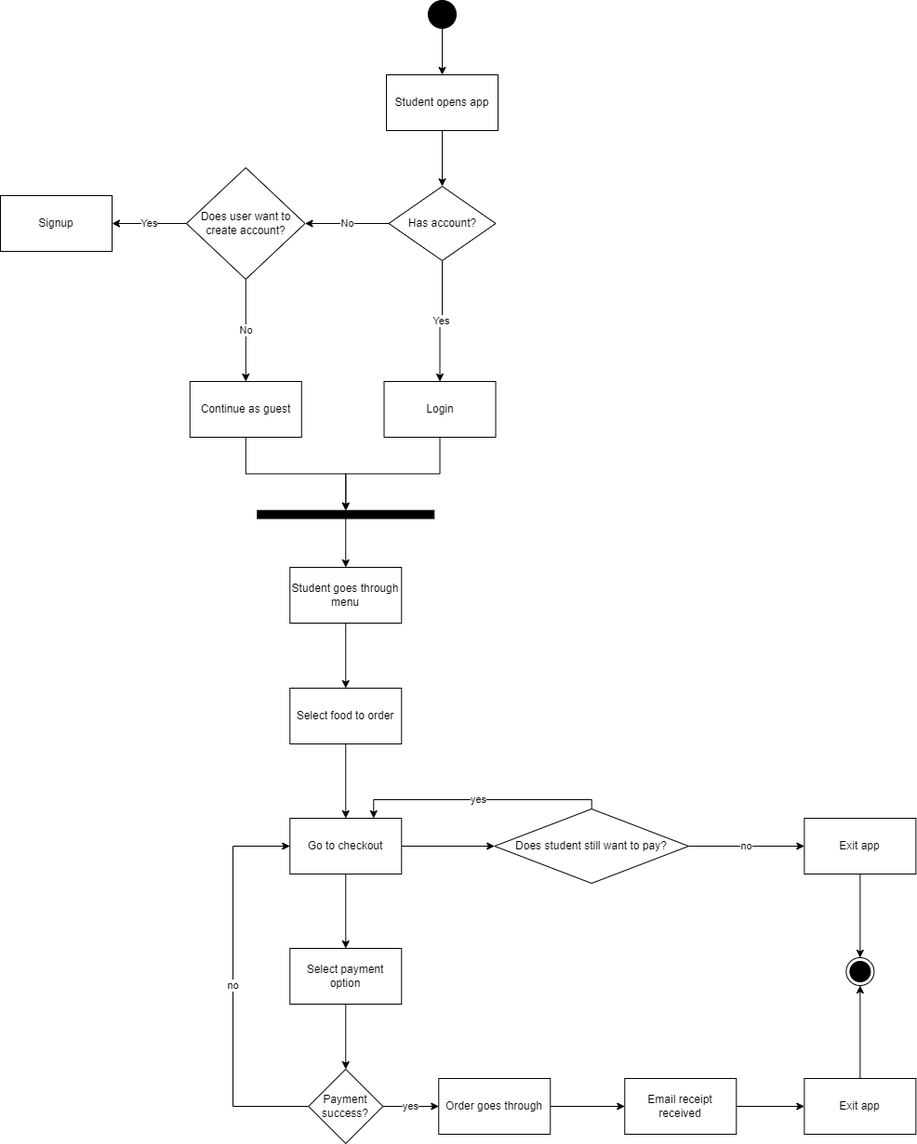
This is models/activity_diagram1.drawio.png from ace-lectures/atco-eats, a draw.io export, as it was before one commit. Source tidied: cells renumbered, new cells last; positions are measured from the earlier drawing's top-left corner, leaving out a move shared by most shapes.
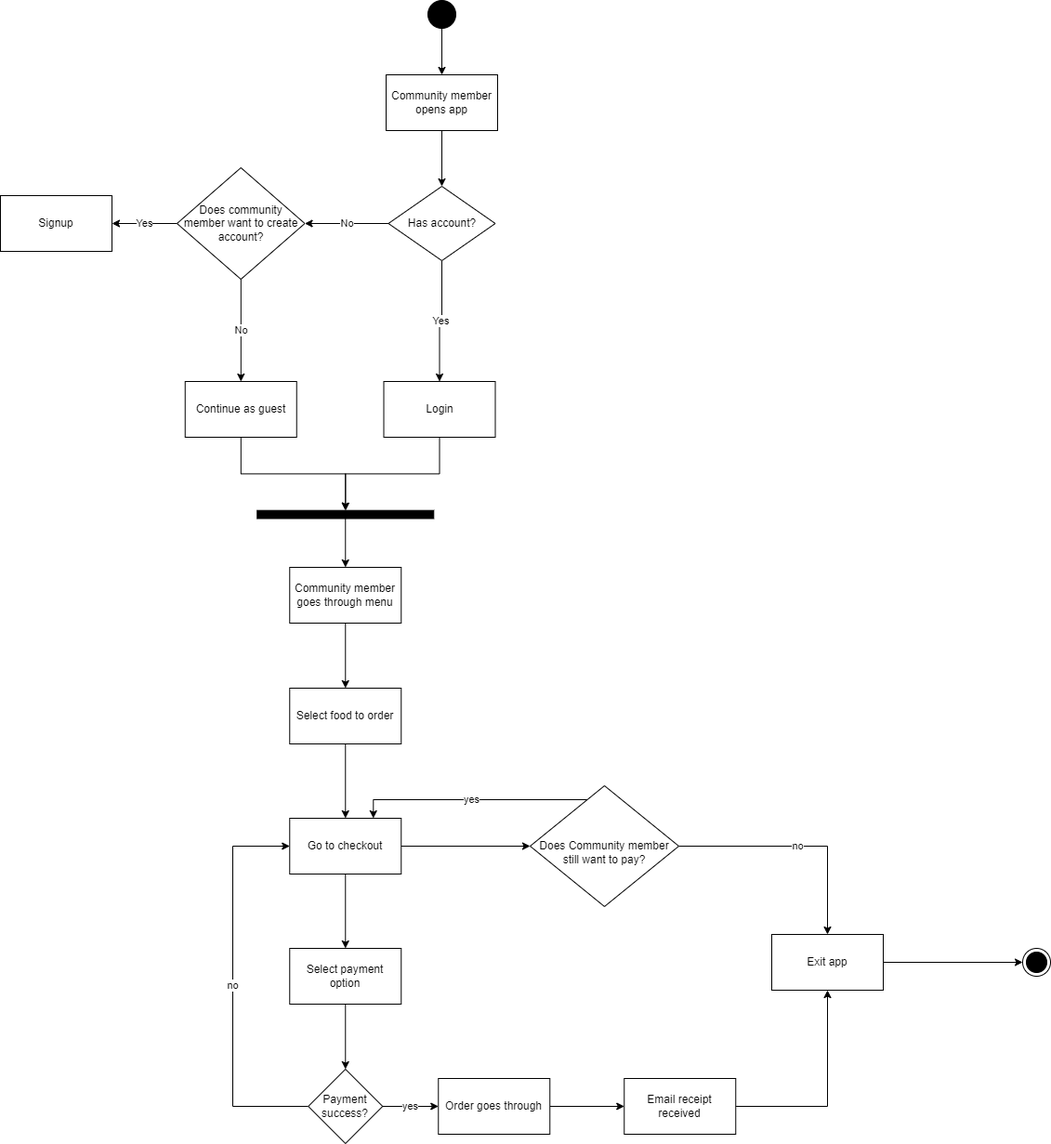
After the change.

Commit message:
Updated activity diagram 1 to reflect updates to usage scenario 1

Change to the diagram source:
```diff
@@ -11,7 +11,7 @@
     <mxCell id="4" style="edgeStyle=orthogonalEdgeStyle;rounded=0;jettySize=auto;html=1;" parent="1" edge="1" source="5" target="8">
       <mxGeometry relative="1" as="geometry" />
     </mxCell>
-    <mxCell id="5" value="Student opens app" style="rounded=0;whiteSpace=wrap;html=1;" parent="1" vertex="1">
+    <mxCell id="5" value="Community member opens app" style="rounded=0;whiteSpace=wrap;html=1;" parent="1" vertex="1">
       <mxGeometry x="415" y="80" width="120" height="60" as="geometry" />
     </mxCell>
     <mxCell id="6" value="Yes" style="edgeStyle=orthogonalEdgeStyle;rounded=0;jettySize=auto;html=1;" parent="1" edge="1" source="8" target="10">
@@ -35,8 +35,8 @@
     <mxCell id="12" value="No" style="edgeStyle=orthogonalEdgeStyle;rounded=0;jettySize=auto;html=1;" parent="1" edge="1" source="13" target="16">
       <mxGeometry relative="1" as="geometry" />
     </mxCell>
-    <mxCell id="13" value="Does user want to create account?" style="rhombus;whiteSpace=wrap;html=1;" parent="1" vertex="1">
-      <mxGeometry x="200" y="180" width="127.5" height="120" as="geometry" />
+    <mxCell id="13" value="Does community member want to create account?" style="rhombus;whiteSpace=wrap;html=1;" parent="1" vertex="1">
+      <mxGeometry x="190" y="180" width="137.5" height="120" as="geometry" />
     </mxCell>
     <mxCell id="14" value="Signup" style="whiteSpace=wrap;html=1;" parent="1" vertex="1">
       <mxGeometry y="210" width="120" height="60" as="geometry" />
@@ -45,7 +45,7 @@
       <mxGeometry relative="1" as="geometry" />
     </mxCell>
     <mxCell id="16" value="Continue as guest" style="whiteSpace=wrap;html=1;" parent="1" vertex="1">
-      <mxGeometry x="203.8" y="410" width="120" height="60" as="geometry" />
+      <mxGeometry x="198.8" y="410" width="120" height="60" as="geometry" />
     </mxCell>
     <mxCell id="17" style="edgeStyle=orthogonalEdgeStyle;rounded=0;jettySize=auto;html=1;" parent="1" edge="1" source="18" target="20">
       <mxGeometry relative="1" as="geometry" />
@@ -56,7 +56,7 @@
     <mxCell id="19" style="edgeStyle=orthogonalEdgeStyle;rounded=0;jettySize=auto;html=1;" parent="1" edge="1" source="20" target="22">
       <mxGeometry relative="1" as="geometry" />
     </mxCell>
-    <mxCell id="20" value="Student goes through menu" style="rounded=0;whiteSpace=wrap;html=1;" parent="1" vertex="1">
+    <mxCell id="20" value="Community member goes through menu" style="rounded=0;whiteSpace=wrap;html=1;" parent="1" vertex="1">
       <mxGeometry x="311.3" y="610" width="120" height="60" as="geometry" />
     </mxCell>
     <mxCell id="21" style="edgeStyle=orthogonalEdgeStyle;rounded=0;jettySize=auto;html=1;" parent="1" edge="1" source="22" target="25">
@@ -114,26 +114,20 @@
         </Array>
       </mxGeometry>
     </mxCell>
-    <mxCell id="36" value="no" style="edgeStyle=orthogonalEdgeStyle;rounded=0;jettySize=auto;html=1;" parent="1" edge="1" source="37" target="40">
+    <mxCell id="36" value="no" style="edgeStyle=orthogonalEdgeStyle;rounded=0;jettySize=auto;html=1;" parent="1" edge="1" source="37" target="42">
       <mxGeometry relative="1" as="geometry" />
     </mxCell>
-    <mxCell id="37" value="Does student still want to pay?" style="rhombus;whiteSpace=wrap;html=1;rounded=0;" parent="1" vertex="1">
-      <mxGeometry x="531.3" y="870" width="208.7" height="80" as="geometry" />
+    <mxCell id="37" value="&lt;br&gt;Does Community member still want to pay?" style="rhombus;whiteSpace=wrap;html=1;rounded=0;" parent="1" vertex="1">
+      <mxGeometry x="570" y="845" width="160" height="130" as="geometry" />
     </mxCell>
     <mxCell id="38" style="ellipse;html=1;shape=endState;fillColor=strokeColor;" parent="1" vertex="1">
-      <mxGeometry x="909.4" y="1030" width="30" height="30" as="geometry" />
+      <mxGeometry x="1100" y="1020" width="30" height="30" as="geometry" />
     </mxCell>
-    <mxCell id="39" style="edgeStyle=orthogonalEdgeStyle;rounded=0;jettySize=auto;html=1;" parent="1" edge="1" source="40" target="38">
-      <mxGeometry relative="1" as="geometry" />
-    </mxCell>
-    <mxCell id="40" value="Exit app" style="whiteSpace=wrap;html=1;rounded=0;" parent="1" vertex="1">
-      <mxGeometry x="864.4" y="880" width="120" height="60" as="geometry" />
-    </mxCell>
     <mxCell id="41" style="edgeStyle=orthogonalEdgeStyle;rounded=0;jettySize=auto;html=1;" parent="1" edge="1" source="42" target="38">
       <mxGeometry relative="1" as="geometry" />
     </mxCell>
     <mxCell id="42" value="Exit app" style="whiteSpace=wrap;html=1;rounded=0;" parent="1" vertex="1">
-      <mxGeometry x="864.4" y="1160" width="120" height="60" as="geometry" />
+      <mxGeometry x="830" y="1005" width="120" height="60" as="geometry" />
     </mxCell>
   </root>
 </mxGraphModel>
```
